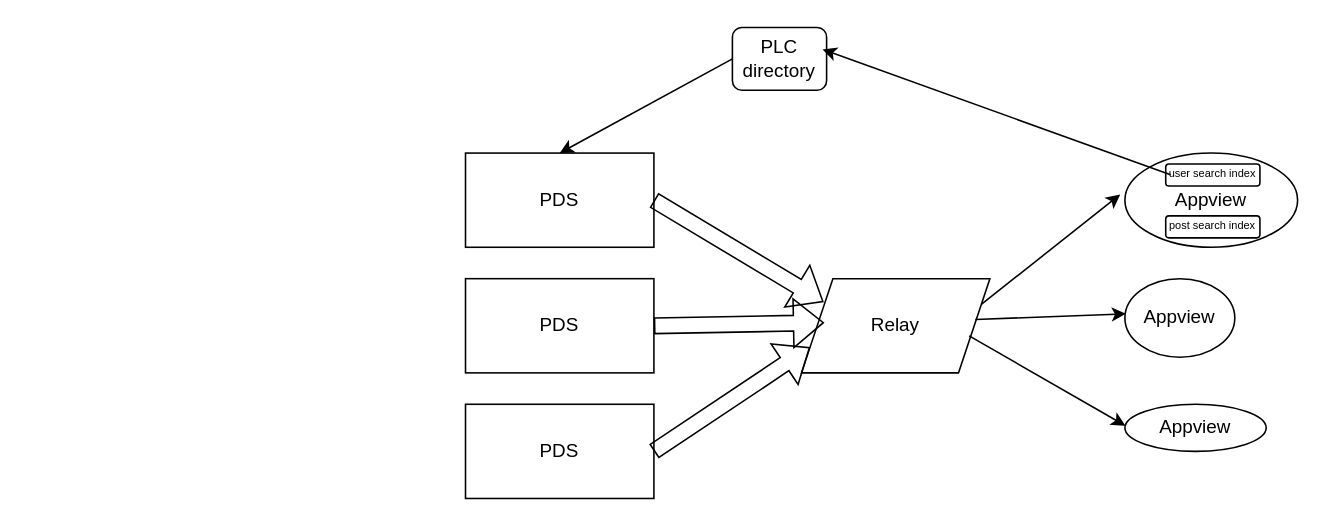
Earlier version of the draw.io diagram permanent versions/atproto/atproto1.drawio (mathewlowry/myhub-gpt). Source tidied: cells renumbered, new cells numbered last; positions are measured from the earlier drawing's top-left corner, leaving out a move shared by most shapes. Both pictures are drawn from the tidied source at 157%, with x=0, y=0 at pixel (465, 27).
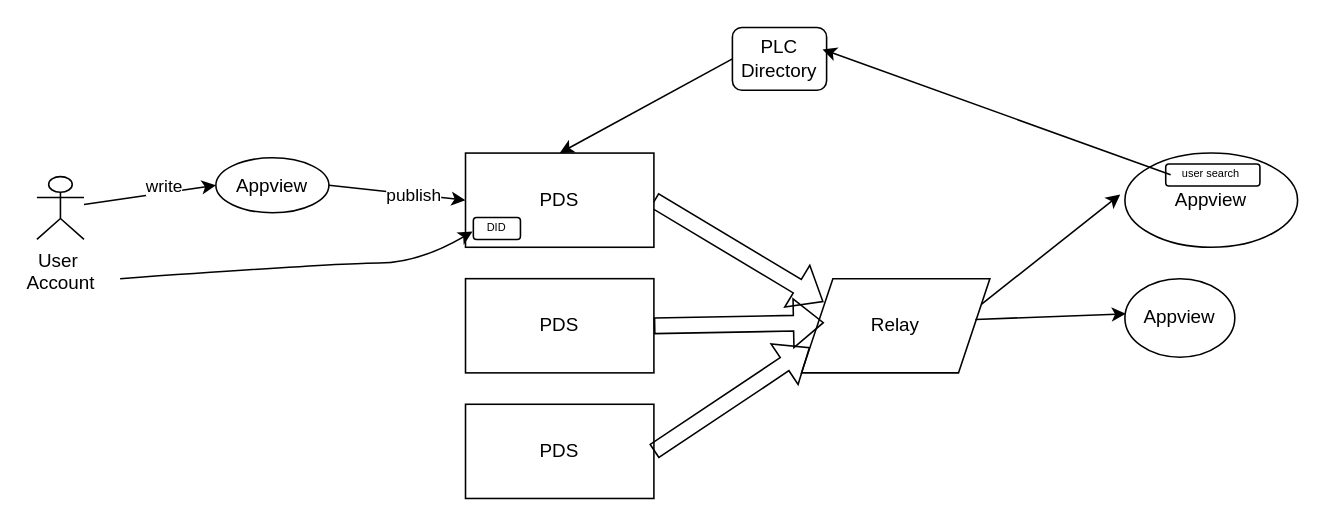
The same diagram, later.

Commit message (it also covers changes not shown here):
new intro to atproto version

The change refers to these unchanged cells:
```xml
<mxCell id="6" value="Relay" style="shape=parallelogram;perimeter=parallelogramPerimeter;whiteSpace=wrap;html=1;fixedSize=1;" parent="2" vertex="1">
  <mxGeometry x="214" y="160" width="120" height="60" as="geometry" />
</mxCell>
```

What changed in the source:
```diff
@@
-    <mxCell id="3" value="PDS" style="rounded=0;whiteSpace=wrap;html=1;" parent="2" vertex="1">
-      <mxGeometry y="80" width="120" height="60" as="geometry" />
-    </mxCell>
@@
-    <mxCell id="9" value="Appview" style="ellipse;whiteSpace=wrap;html=1;" parent="2" vertex="1">
-      <mxGeometry x="420" y="240" width="90" height="30" as="geometry" />
-    </mxCell>
@@
-    <mxCell id="15" style="endArrow=classic;html=1;rounded=0;entryX=0.004;entryY=0.456;entryDx=0;entryDy=0;entryPerimeter=0;exitX=0.89;exitY=0.607;exitDx=0;exitDy=0;exitPerimeter=0;" parent="2" edge="1" source="6" target="9">
-      <mxGeometry relative="1" as="geometry" />
-    </mxCell>
+    <mxCell id="3" value="PDS" style="rounded=0;whiteSpace=wrap;html=1;" parent="2" vertex="1">
+      <mxGeometry y="80" width="120" height="60" as="geometry" />
+    </mxCell>
@@
-    <mxCell id="17" value="PLC directory" style="rounded=1;whiteSpace=wrap;html=1;" parent="16" vertex="1">
+    <mxCell id="17" value="PLC Directory" style="rounded=1;whiteSpace=wrap;html=1;" parent="16" vertex="1">
       <mxGeometry x="170" width="60" height="40" as="geometry" />
     </mxCell>
-    <mxCell id="18" value="user search index" style="rounded=1;whiteSpace=wrap;html=1;fontSize=7;" parent="16" vertex="1">
+    <mxCell id="18" value="user search&amp;nbsp;" style="rounded=1;whiteSpace=wrap;html=1;fontSize=7;" parent="16" vertex="1">
       <mxGeometry x="446" y="87" width="60" height="14" as="geometry" />
     </mxCell>
-    <mxCell id="19" value="post search index" style="rounded=1;whiteSpace=wrap;html=1;fontSize=7;" parent="16" vertex="1">
-      <mxGeometry x="446" y="120" width="60" height="14" as="geometry" />
-    </mxCell>
@@
+    <mxCell id="22" value="User&amp;nbsp;&lt;div&gt;Account&lt;/div&gt;" style="shape=umlActor;verticalLabelPosition=bottom;verticalAlign=top;html=1;outlineConnect=0;" parent="16" vertex="1">
+      <mxGeometry x="-273" y="95" width="30" height="40" as="geometry" />
+    </mxCell>
+    <mxCell id="9" value="Appview" style="ellipse;whiteSpace=wrap;html=1;" parent="16" vertex="1">
+      <mxGeometry x="-159" y="83" width="72" height="35" as="geometry" />
+    </mxCell>
+    <mxCell id="23" style="endArrow=classic;html=1;rounded=0;entryX=0;entryY=0.5;entryDx=0;entryDy=0;" parent="16" edge="1" source="22" target="9">
+      <mxGeometry relative="1" as="geometry" />
+    </mxCell>
+    <mxCell id="24" value="write" style="edgeLabel;html=1;align=center;verticalAlign=middle;" parent="23" vertex="1">
+      <mxGeometry x="0.22" y="5" relative="1" as="geometry" />
+    </mxCell>
+    <mxCell id="25" style="endArrow=classic;html=1;rounded=0;entryX=0;entryY=0.5;entryDx=0;entryDy=0;exitX=1;exitY=0.5;exitDx=0;exitDy=0;" parent="16" edge="1" source="9" target="3">
+      <mxGeometry relative="1" as="geometry" />
+    </mxCell>
+    <mxCell id="26" value="publish" style="edgeLabel;html=1;align=center;verticalAlign=middle;" parent="25" vertex="1">
+      <mxGeometry x="0.23" relative="1" as="geometry" />
+    </mxCell>
+    <mxCell id="27" value="DID" style="rounded=1;whiteSpace=wrap;html=1;fontSize=7;" parent="16" vertex="1">
+      <mxGeometry x="5" y="121" width="30" height="14" as="geometry" />
+    </mxCell>
+    <mxCell id="28" style="curved=1;endArrow=classic;html=1;rounded=0;entryX=-0.016;entryY=0.642;entryDx=0;entryDy=0;entryPerimeter=0;" parent="16" edge="1" target="27">
+      <mxGeometry relative="1" as="geometry">
+        <mxPoint x="-220" y="160" as="sourcePoint" />
+        <Array as="points">
+          <mxPoint x="-80" y="150" />
+          <mxPoint x="-30" y="150" />
+        </Array>
+      </mxGeometry>
+    </mxCell>
```
